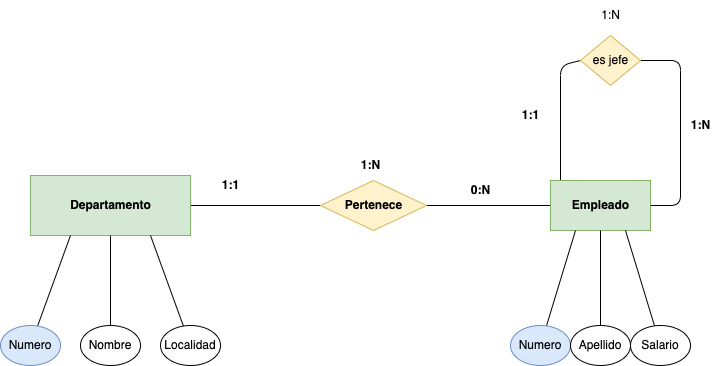
The draw.io diagram tareas/tarea-1/images/ejercicio6.drawio.png in deylansystem/actividadesBAE, before a commit. Source tidied: cells renumbered, new cells last; positions are measured from the earlier drawing's top-left corner, leaving out a move shared by most shapes. The source it was exported from:
```xml
<mxGraphModel>
  <root>
    <mxCell id="0" />
    <mxCell id="1" parent="0" />
    <mxCell id="2" style="edgeStyle=none;html=1;entryX=0;entryY=0.5;entryDx=0;entryDy=0;endArrow=none;endFill=0;" parent="1" edge="1" source="3" target="11">
      <mxGeometry relative="1" as="geometry" />
    </mxCell>
    <mxCell id="3" value="&lt;b&gt;Departamento&lt;/b&gt;" style="html=1;dashed=0;whitespace=wrap;fillColor=#d5e8d4;strokeColor=#82b366;" parent="1" vertex="1">
      <mxGeometry x="30" y="175" width="160" height="60" as="geometry" />
    </mxCell>
    <mxCell id="4" style="edgeStyle=none;html=1;entryX=0.25;entryY=1;entryDx=0;entryDy=0;endArrow=none;endFill=0;" parent="1" edge="1" source="5" target="3">
      <mxGeometry relative="1" as="geometry" />
    </mxCell>
    <mxCell id="5" value="Numero" style="ellipse;whiteSpace=wrap;html=1;align=center;fillColor=#dae8fc;strokeColor=#6c8ebf;" parent="1" vertex="1">
      <mxGeometry y="325" width="60" height="40" as="geometry" />
    </mxCell>
    <mxCell id="6" style="edgeStyle=none;html=1;entryX=0.5;entryY=1;entryDx=0;entryDy=0;endArrow=none;endFill=0;" parent="1" edge="1" source="7" target="3">
      <mxGeometry relative="1" as="geometry" />
    </mxCell>
    <mxCell id="7" value="Nombre" style="ellipse;whiteSpace=wrap;html=1;align=center;" parent="1" vertex="1">
      <mxGeometry x="80" y="325" width="60" height="40" as="geometry" />
    </mxCell>
    <mxCell id="8" style="edgeStyle=none;html=1;entryX=0.75;entryY=1;entryDx=0;entryDy=0;endArrow=none;endFill=0;" parent="1" edge="1" source="9" target="3">
      <mxGeometry relative="1" as="geometry" />
    </mxCell>
    <mxCell id="9" value="Localidad" style="ellipse;whiteSpace=wrap;html=1;align=center;" parent="1" vertex="1">
      <mxGeometry x="160" y="325" width="60" height="40" as="geometry" />
    </mxCell>
    <mxCell id="10" style="edgeStyle=none;html=1;entryX=0;entryY=0.5;entryDx=0;entryDy=0;endArrow=none;endFill=0;" parent="1" edge="1" source="11" target="13">
      <mxGeometry relative="1" as="geometry" />
    </mxCell>
    <mxCell id="11" value="&lt;b&gt;Pertenece&lt;/b&gt;" style="shape=rhombus;html=1;dashed=0;whitespace=wrap;perimeter=rhombusPerimeter;fillColor=#fff2cc;strokeColor=#d6b656;" parent="1" vertex="1">
      <mxGeometry x="320" y="180" width="106" height="50" as="geometry" />
    </mxCell>
    <mxCell id="12" style="edgeStyle=none;html=1;entryX=0;entryY=0.5;entryDx=0;entryDy=0;endArrow=none;endFill=0;exitX=0.1;exitY=0.1;exitDx=0;exitDy=0;exitPerimeter=0;" parent="1" edge="1" source="13" target="22">
      <mxGeometry relative="1" as="geometry">
        <Array as="points">
          <mxPoint x="560" y="65" />
        </Array>
      </mxGeometry>
    </mxCell>
    <mxCell id="13" value="&lt;b&gt;Empleado&lt;/b&gt;" style="html=1;dashed=0;whitespace=wrap;fillColor=#d5e8d4;strokeColor=#82b366;" parent="1" vertex="1">
      <mxGeometry x="550" y="180" width="100" height="50" as="geometry" />
    </mxCell>
    <mxCell id="14" style="edgeStyle=none;html=1;entryX=0.25;entryY=1;entryDx=0;entryDy=0;endArrow=none;endFill=0;" parent="1" edge="1" source="15" target="13">
      <mxGeometry relative="1" as="geometry" />
    </mxCell>
    <mxCell id="15" value="Numero" style="ellipse;whiteSpace=wrap;html=1;align=center;fillColor=#dae8fc;strokeColor=#6c8ebf;" parent="1" vertex="1">
      <mxGeometry x="510" y="325" width="60" height="40" as="geometry" />
    </mxCell>
    <mxCell id="16" style="edgeStyle=none;html=1;entryX=0.5;entryY=1;entryDx=0;entryDy=0;endArrow=none;endFill=0;" parent="1" edge="1" source="17" target="13">
      <mxGeometry relative="1" as="geometry" />
    </mxCell>
    <mxCell id="17" value="Apellido" style="ellipse;whiteSpace=wrap;html=1;align=center;" parent="1" vertex="1">
      <mxGeometry x="570" y="325" width="60" height="40" as="geometry" />
    </mxCell>
    <mxCell id="18" style="edgeStyle=none;html=1;entryX=0.75;entryY=1;entryDx=0;entryDy=0;endArrow=none;endFill=0;" parent="1" edge="1" source="19" target="13">
      <mxGeometry relative="1" as="geometry" />
    </mxCell>
    <mxCell id="19" value="Salario" style="ellipse;whiteSpace=wrap;html=1;align=center;" parent="1" vertex="1">
      <mxGeometry x="630" y="325" width="60" height="40" as="geometry" />
    </mxCell>
    <mxCell id="20" value="&lt;b&gt;1:1&lt;/b&gt;" style="text;html=1;align=center;verticalAlign=middle;strokeColor=none;fillColor=none;" parent="1" vertex="1">
      <mxGeometry x="210" y="170" width="40" height="30" as="geometry" />
    </mxCell>
    <mxCell id="21" style="edgeStyle=none;html=1;entryX=1;entryY=0.5;entryDx=0;entryDy=0;endArrow=none;endFill=0;exitX=1;exitY=0.5;exitDx=0;exitDy=0;" parent="1" edge="1" source="22" target="13">
      <mxGeometry relative="1" as="geometry">
        <Array as="points">
          <mxPoint x="680" y="60" />
          <mxPoint x="680" y="205" />
        </Array>
      </mxGeometry>
    </mxCell>
    <mxCell id="22" value="es jefe" style="shape=rhombus;html=1;dashed=0;whitespace=wrap;perimeter=rhombusPerimeter;fillColor=#fff2cc;strokeColor=#d6b656;" parent="1" vertex="1">
      <mxGeometry x="580" y="35" width="60" height="50" as="geometry" />
    </mxCell>
    <mxCell id="23" value="&lt;b&gt;1:1&lt;/b&gt;" style="text;html=1;align=center;verticalAlign=middle;strokeColor=none;fillColor=none;" parent="1" vertex="1">
      <mxGeometry x="510" y="100" width="40" height="30" as="geometry" />
    </mxCell>
    <mxCell id="24" value="1:N" style="text;html=1;align=center;verticalAlign=middle;strokeColor=none;fillColor=none;" parent="1" vertex="1">
      <mxGeometry x="590" width="40" height="30" as="geometry" />
    </mxCell>
    <mxCell id="25" value="&lt;b&gt;1:N&lt;/b&gt;" style="text;html=1;align=center;verticalAlign=middle;strokeColor=none;fillColor=none;" parent="1" vertex="1">
      <mxGeometry x="680" y="110" width="40" height="30" as="geometry" />
    </mxCell>
    <mxCell id="26" value="&lt;b&gt;0:N&lt;/b&gt;" style="text;html=1;align=center;verticalAlign=middle;strokeColor=none;fillColor=none;" parent="1" vertex="1">
      <mxGeometry x="460" y="175" width="40" height="30" as="geometry" />
    </mxCell>
    <mxCell id="27" value="&lt;b&gt;1:N&lt;/b&gt;" style="text;html=1;align=center;verticalAlign=middle;strokeColor=none;fillColor=none;" parent="1" vertex="1">
      <mxGeometry x="350" y="150" width="40" height="30" as="geometry" />
    </mxCell>
  </root>
</mxGraphModel>
```
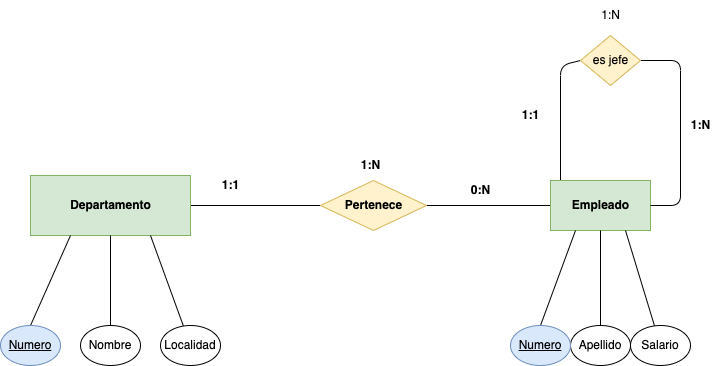
Later version of the same file.

Commit message:
Se crea el ejercicio 6

What changed in the source:
```diff
@@ -8,12 +8,9 @@
     <mxCell id="3" value="&lt;b&gt;Departamento&lt;/b&gt;" style="html=1;dashed=0;whitespace=wrap;fillColor=#d5e8d4;strokeColor=#82b366;" parent="1" vertex="1">
       <mxGeometry x="30" y="175" width="160" height="60" as="geometry" />
     </mxCell>
-    <mxCell id="4" style="edgeStyle=none;html=1;entryX=0.25;entryY=1;entryDx=0;entryDy=0;endArrow=none;endFill=0;" parent="1" edge="1" source="5" target="3">
+    <mxCell id="4" style="edgeStyle=none;html=1;entryX=0.25;entryY=1;entryDx=0;entryDy=0;endArrow=none;endFill=0;exitX=0.5;exitY=0;exitDx=0;exitDy=0;" parent="1" edge="1" source="28" target="3">
       <mxGeometry relative="1" as="geometry" />
     </mxCell>
-    <mxCell id="5" value="Numero" style="ellipse;whiteSpace=wrap;html=1;align=center;fillColor=#dae8fc;strokeColor=#6c8ebf;" parent="1" vertex="1">
-      <mxGeometry y="325" width="60" height="40" as="geometry" />
-    </mxCell>
     <mxCell id="6" style="edgeStyle=none;html=1;entryX=0.5;entryY=1;entryDx=0;entryDy=0;endArrow=none;endFill=0;" parent="1" edge="1" source="7" target="3">
       <mxGeometry relative="1" as="geometry" />
     </mxCell>
@@ -42,12 +39,9 @@
     <mxCell id="13" value="&lt;b&gt;Empleado&lt;/b&gt;" style="html=1;dashed=0;whitespace=wrap;fillColor=#d5e8d4;strokeColor=#82b366;" parent="1" vertex="1">
       <mxGeometry x="550" y="180" width="100" height="50" as="geometry" />
     </mxCell>
-    <mxCell id="14" style="edgeStyle=none;html=1;entryX=0.25;entryY=1;entryDx=0;entryDy=0;endArrow=none;endFill=0;" parent="1" edge="1" source="15" target="13">
+    <mxCell id="14" style="edgeStyle=none;html=1;entryX=0.25;entryY=1;entryDx=0;entryDy=0;endArrow=none;endFill=0;exitX=0.5;exitY=0;exitDx=0;exitDy=0;" parent="1" edge="1" source="29" target="13">
       <mxGeometry relative="1" as="geometry" />
     </mxCell>
-    <mxCell id="15" value="Numero" style="ellipse;whiteSpace=wrap;html=1;align=center;fillColor=#dae8fc;strokeColor=#6c8ebf;" parent="1" vertex="1">
-      <mxGeometry x="510" y="325" width="60" height="40" as="geometry" />
-    </mxCell>
     <mxCell id="16" style="edgeStyle=none;html=1;entryX=0.5;entryY=1;entryDx=0;entryDy=0;endArrow=none;endFill=0;" parent="1" edge="1" source="17" target="13">
       <mxGeometry relative="1" as="geometry" />
     </mxCell>
@@ -89,5 +83,11 @@
     <mxCell id="27" value="&lt;b&gt;1:N&lt;/b&gt;" style="text;html=1;align=center;verticalAlign=middle;strokeColor=none;fillColor=none;" parent="1" vertex="1">
       <mxGeometry x="350" y="150" width="40" height="30" as="geometry" />
     </mxCell>
+    <mxCell id="28" value="Numero" style="ellipse;whiteSpace=wrap;html=1;align=center;fontStyle=4;fillColor=#dae8fc;strokeColor=#6c8ebf;" parent="1" vertex="1">
+      <mxGeometry y="325" width="60" height="40" as="geometry" />
+    </mxCell>
+    <mxCell id="29" value="Numero" style="ellipse;whiteSpace=wrap;html=1;align=center;fontStyle=4;fillColor=#dae8fc;strokeColor=#6c8ebf;" parent="1" vertex="1">
+      <mxGeometry x="510" y="325" width="60" height="40" as="geometry" />
+    </mxCell>
   </root>
 </mxGraphModel>
```
